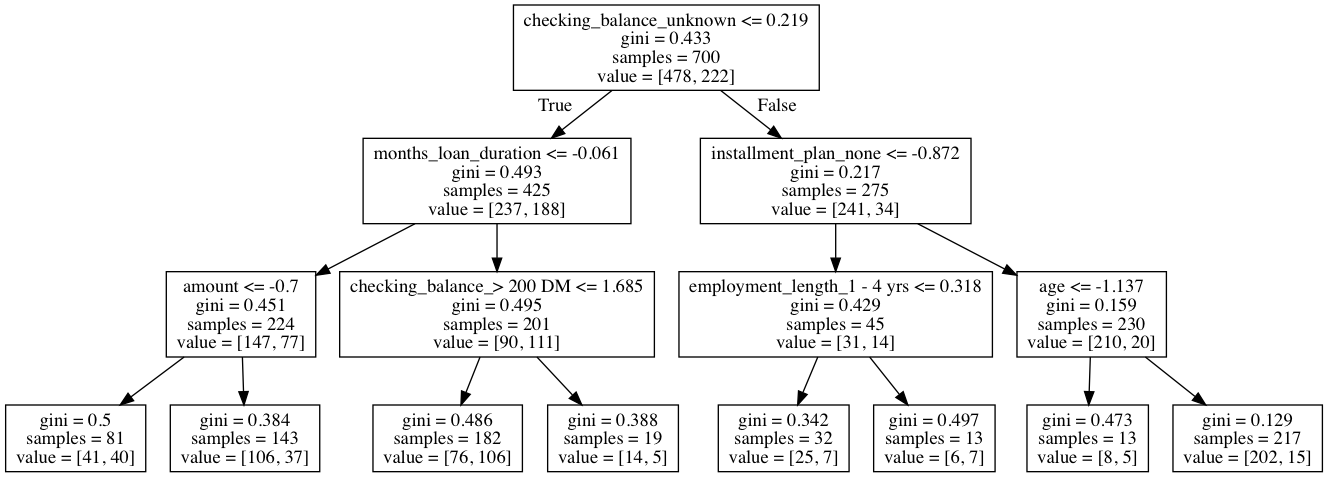
The Graphviz diagram demos/tree.png in abulbasar/machine-learning, before a commit. Its source is kept beside it as demos/tree.dot.
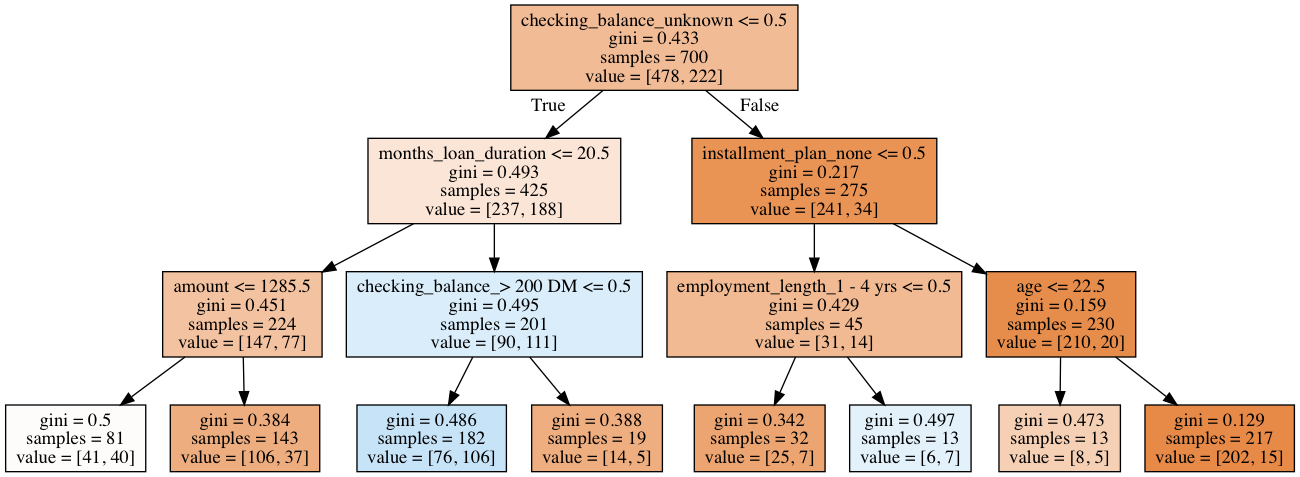
After the commit.

What changed in the source:
```diff
@@ -1,32 +1,32 @@
 digraph Tree {
-node [shape=box] ;
-0 [label="checking_balance_unknown <= 0.219\ngini = 0.433\nsamples = 700\nvalue = [478, 222]"] ;
-1 [label="months_loan_duration <= -0.061\ngini = 0.493\nsamples = 425\nvalue = [237, 188]"] ;
+node [shape=box, style="filled", color="black"] ;
+0 [label="checking_balance_unknown <= 0.5\ngini = 0.433\nsamples = 700\nvalue = [478, 222]", fillcolor="#e5813989"] ;
+1 [label="months_loan_duration <= 20.5\ngini = 0.493\nsamples = 425\nvalue = [237, 188]", fillcolor="#e5813935"] ;
 0 -> 1 [labeldistance=2.5, labelangle=45, headlabel="True"] ;
-2 [label="amount <= -0.7\ngini = 0.451\nsamples = 224\nvalue = [147, 77]"] ;
+2 [label="amount <= 1285.5\ngini = 0.451\nsamples = 224\nvalue = [147, 77]", fillcolor="#e5813979"] ;
 1 -> 2 ;
-3 [label="gini = 0.5\nsamples = 81\nvalue = [41, 40]"] ;
+3 [label="gini = 0.5\nsamples = 81\nvalue = [41, 40]", fillcolor="#e5813906"] ;
 2 -> 3 ;
-4 [label="gini = 0.384\nsamples = 143\nvalue = [106, 37]"] ;
+4 [label="gini = 0.384\nsamples = 143\nvalue = [106, 37]", fillcolor="#e58139a6"] ;
 2 -> 4 ;
-5 [label="checking_balance_> 200 DM <= 1.685\ngini = 0.495\nsamples = 201\nvalue = [90, 111]"] ;
+5 [label="checking_balance_> 200 DM <= 0.5\ngini = 0.495\nsamples = 201\nvalue = [90, 111]", fillcolor="#399de530"] ;
 1 -> 5 ;
-6 [label="gini = 0.486\nsamples = 182\nvalue = [76, 106]"] ;
+6 [label="gini = 0.486\nsamples = 182\nvalue = [76, 106]", fillcolor="#399de548"] ;
 5 -> 6 ;
-7 [label="gini = 0.388\nsamples = 19\nvalue = [14, 5]"] ;
+7 [label="gini = 0.388\nsamples = 19\nvalue = [14, 5]", fillcolor="#e58139a4"] ;
 5 -> 7 ;
-8 [label="installment_plan_none <= -0.872\ngini = 0.217\nsamples = 275\nvalue = [241, 34]"] ;
+8 [label="installment_plan_none <= 0.5\ngini = 0.217\nsamples = 275\nvalue = [241, 34]", fillcolor="#e58139db"] ;
 0 -> 8 [labeldistance=2.5, labelangle=-45, headlabel="False"] ;
-9 [label="employment_length_1 - 4 yrs <= 0.318\ngini = 0.429\nsamples = 45\nvalue = [31, 14]"] ;
+9 [label="employment_length_1 - 4 yrs <= 0.5\ngini = 0.429\nsamples = 45\nvalue = [31, 14]", fillcolor="#e581398c"] ;
 8 -> 9 ;
-10 [label="gini = 0.342\nsamples = 32\nvalue = [25, 7]"] ;
+10 [label="gini = 0.342\nsamples = 32\nvalue = [25, 7]", fillcolor="#e58139b8"] ;
 9 -> 10 ;
-11 [label="gini = 0.497\nsamples = 13\nvalue = [6, 7]"] ;
+11 [label="gini = 0.497\nsamples = 13\nvalue = [6, 7]", fillcolor="#399de524"] ;
 9 -> 11 ;
-12 [label="age <= -1.137\ngini = 0.159\nsamples = 230\nvalue = [210, 20]"] ;
+12 [label="age <= 22.5\ngini = 0.159\nsamples = 230\nvalue = [210, 20]", fillcolor="#e58139e7"] ;
 8 -> 12 ;
-13 [label="gini = 0.473\nsamples = 13\nvalue = [8, 5]"] ;
+13 [label="gini = 0.473\nsamples = 13\nvalue = [8, 5]", fillcolor="#e5813960"] ;
 12 -> 13 ;
-14 [label="gini = 0.129\nsamples = 217\nvalue = [202, 15]"] ;
+14 [label="gini = 0.129\nsamples = 217\nvalue = [202, 15]", fillcolor="#e58139ec"] ;
 12 -> 14 ;
 }
```
